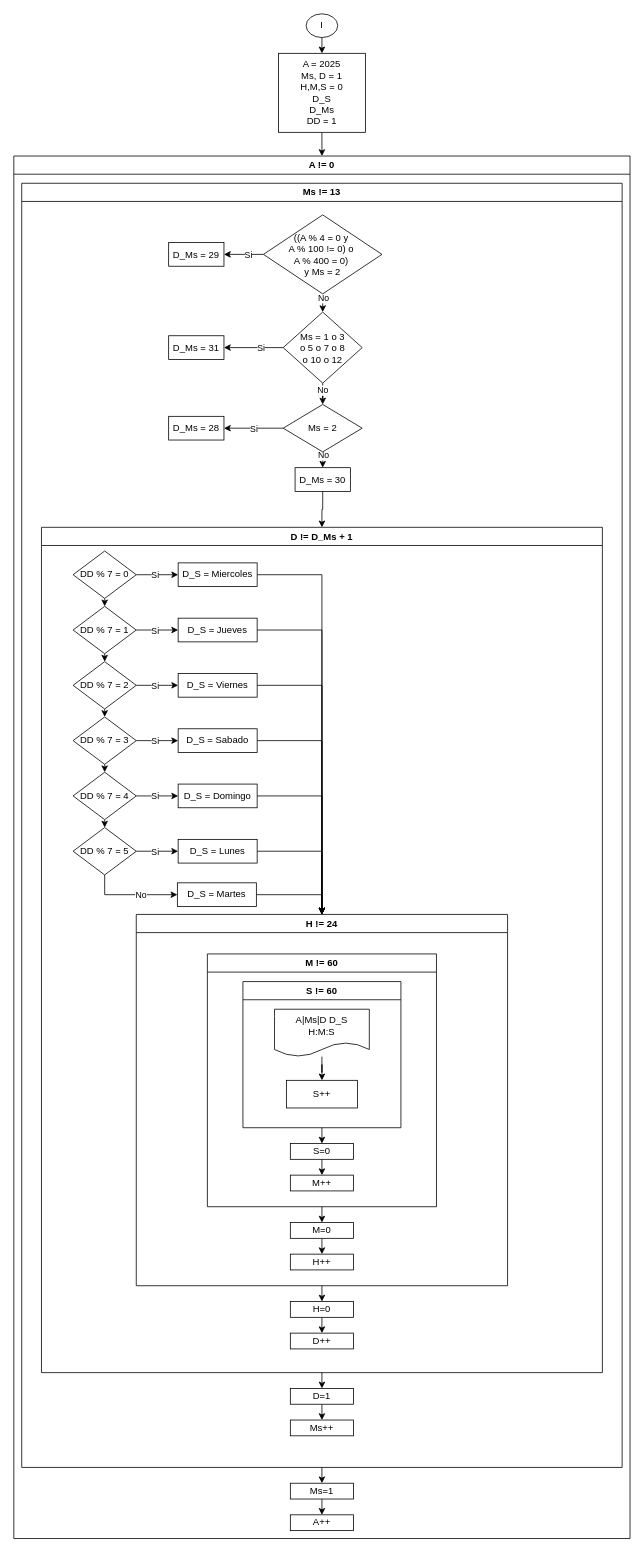
Before: Diagrama sin título.drawio in Saturno0/Cole_5_2, a draw.io diagram. Source tidied: cells renumbered, new cells numbered last; positions are measured from the earlier drawing's top-left corner, leaving out a move shared by most shapes. Both pictures are drawn from the tidied source at 79%, with x=0, y=0 at pixel (13, 13).
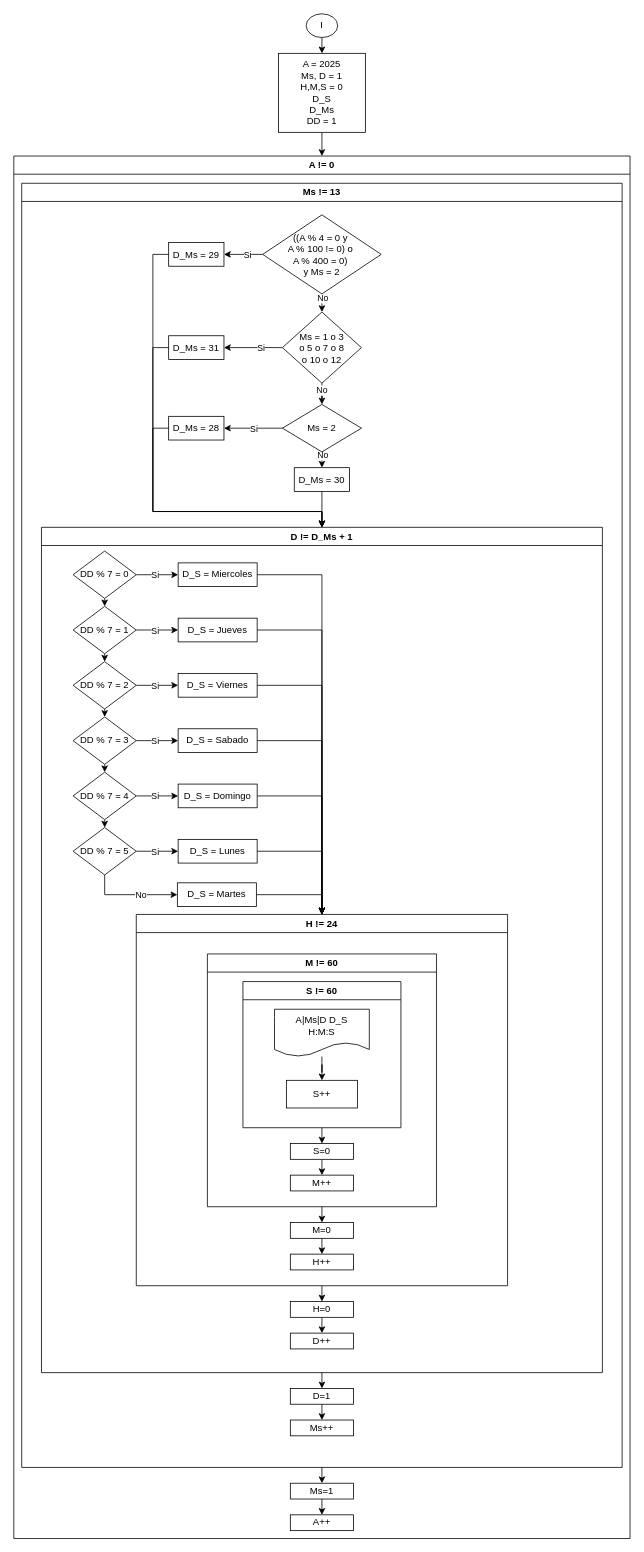
After the change.

The change refers to these unchanged cells:
```xml
<mxCell id="7" value="Ms != 13" style="swimlane;whiteSpace=wrap;html=1;" parent="1" vertex="1">
  <mxGeometry x="10" y="214.5" width="760" height="1625.5" as="geometry" />
</mxCell>
<mxCell id="18" value="D_Ms = 29" style="rounded=0;whiteSpace=wrap;html=1;" parent="7" vertex="1">
  <mxGeometry x="186" y="75" width="70" height="30" as="geometry" />
</mxCell>
<mxCell id="19" value="D_Ms = 31" style="rounded=0;whiteSpace=wrap;html=1;" parent="7" vertex="1">
  <mxGeometry x="186" y="193" width="70" height="30" as="geometry" />
</mxCell>
<mxCell id="20" value="D_Ms = 28" style="rounded=0;whiteSpace=wrap;html=1;" parent="7" vertex="1">
  <mxGeometry x="186" y="295" width="70" height="30" as="geometry" />
</mxCell>
<mxCell id="27" value="D != D_Ms + 1" style="swimlane;whiteSpace=wrap;html=1;" parent="1" vertex="1">
  <mxGeometry x="35" y="650" width="710" height="1070" as="geometry" />
</mxCell>
```

Change to the diagram source:
```diff
@@
     <mxCell id="12" value="Ms = 1 o 3&lt;div&gt;o 5 o 7 o 8&lt;/div&gt;&lt;div&gt;o 10 o 12&lt;/div&gt;" style="rhombus;whiteSpace=wrap;html=1;" parent="7" vertex="1">
-      <mxGeometry x="331" y="163" width="100" height="90" as="geometry" />
+      <mxGeometry x="330" y="163" width="100" height="90" as="geometry" />
     </mxCell>
@@
     <mxCell id="17" value="((A % 4 = 0 y&amp;nbsp;&lt;div&gt;A % 100 != 0) o&amp;nbsp;&lt;/div&gt;&lt;div&gt;A % 400 = 0)&amp;nbsp;&lt;/div&gt;&lt;div&gt;y Ms = 2&lt;/div&gt;" style="rhombus;whiteSpace=wrap;html=1;" parent="7" vertex="1">
-      <mxGeometry x="306" y="40" width="150" height="100" as="geometry" />
+      <mxGeometry x="305" y="40" width="150" height="100" as="geometry" />
     </mxCell>
@@
     <mxCell id="25" value="Ms = 2" style="rhombus;whiteSpace=wrap;html=1;" parent="7" vertex="1">
-      <mxGeometry x="331" y="280" width="100" height="60" as="geometry" />
+      <mxGeometry x="330" y="280" width="100" height="60" as="geometry" />
     </mxCell>
     <mxCell id="26" value="D_Ms = 30" style="rounded=0;whiteSpace=wrap;html=1;" parent="7" vertex="1">
-      <mxGeometry x="346" y="360" width="70" height="30" as="geometry" />
+      <mxGeometry x="345" y="360" width="70" height="30" as="geometry" />
     </mxCell>
@@
+    <mxCell id="94" style="edgeStyle=orthogonalEdgeStyle;rounded=0;jettySize=auto;html=1;exitX=0;exitY=0.5;exitDx=0;exitDy=0;entryX=0.5;entryY=0;entryDx=0;entryDy=0;" parent="1" edge="1" source="20" target="27">
+      <mxGeometry relative="1" as="geometry">
+        <Array as="points">
+          <mxPoint x="176" y="525" />
+          <mxPoint x="176" y="630" />
+          <mxPoint x="390" y="630" />
+        </Array>
+      </mxGeometry>
+    </mxCell>
+    <mxCell id="95" style="edgeStyle=orthogonalEdgeStyle;rounded=0;jettySize=auto;html=1;exitX=0;exitY=0.5;exitDx=0;exitDy=0;entryX=0.5;entryY=0;entryDx=0;entryDy=0;" parent="1" edge="1" source="19" target="27">
+      <mxGeometry relative="1" as="geometry">
+        <Array as="points">
+          <mxPoint x="176" y="423" />
+          <mxPoint x="176" y="630" />
+          <mxPoint x="390" y="630" />
+        </Array>
+      </mxGeometry>
+    </mxCell>
+    <mxCell id="96" style="edgeStyle=orthogonalEdgeStyle;rounded=0;jettySize=auto;html=1;exitX=0;exitY=0.5;exitDx=0;exitDy=0;entryX=0.5;entryY=0;entryDx=0;entryDy=0;" parent="1" edge="1" source="18" target="27">
+      <mxGeometry relative="1" as="geometry">
+        <Array as="points">
+          <mxPoint x="176" y="305" />
+          <mxPoint x="176" y="630" />
+          <mxPoint x="390" y="630" />
+        </Array>
+      </mxGeometry>
+    </mxCell>
```
